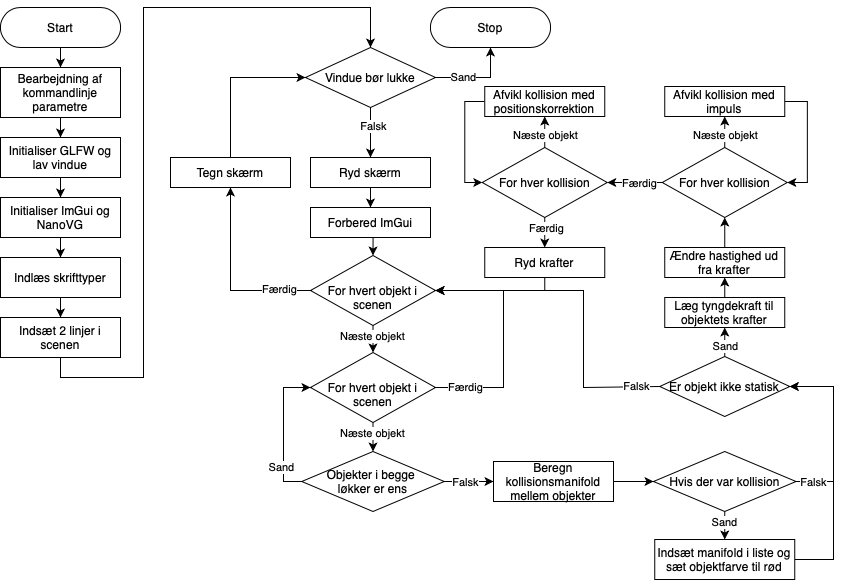
This is docs/Flowchart.png from mathiasgredal/Eksamen-Programmering, a draw.io export, as it was before one commit. Source tidied: cells renumbered, new cells last; positions are measured from the earlier drawing's top-left corner, leaving out a move shared by most shapes.
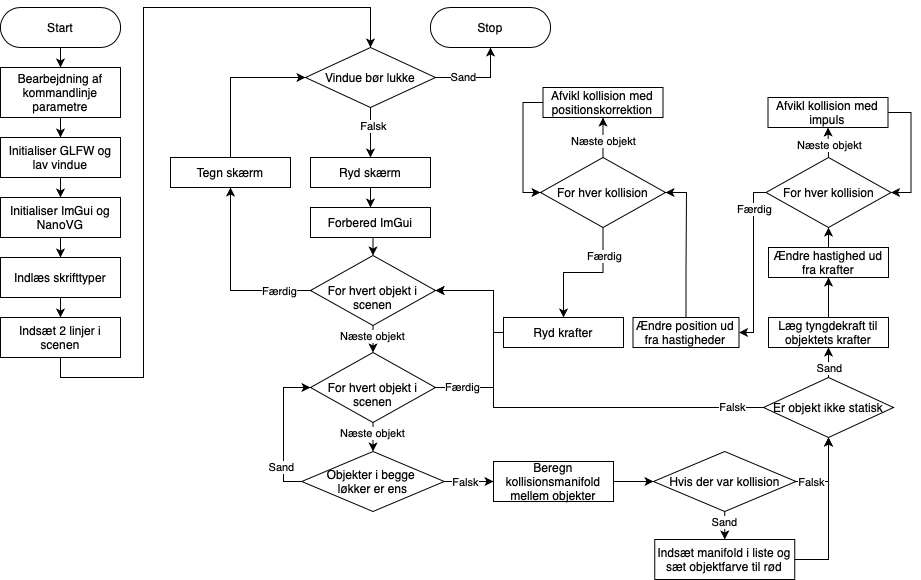
After the change.

What changed in the source:
```diff
@@ -96,8 +96,8 @@
     <mxCell id="28" style="edgeStyle=orthogonalEdgeStyle;rounded=0;jettySize=auto;html=1;exitX=1;exitY=0.5;exitDx=0;exitDy=0;entryX=1;entryY=0.5;entryDx=0;entryDy=0;" parent="1" edge="1" source="32" target="27">
       <mxGeometry relative="1" as="geometry">
         <Array as="points">
-          <mxPoint x="503" y="380" />
-          <mxPoint x="503" y="283" />
+          <mxPoint x="493" y="380" />
+          <mxPoint x="493" y="283" />
         </Array>
       </mxGeometry>
     </mxCell>
@@ -151,46 +151,29 @@
     <mxCell id="41" value="Sand" style="edgeLabel;html=1;align=center;verticalAlign=middle;" parent="40" vertex="1">
       <mxGeometry x="-0.25" y="-1" relative="1" as="geometry" />
     </mxCell>
-    <mxCell id="42" style="edgeStyle=orthogonalEdgeStyle;rounded=0;jettySize=auto;html=1;exitX=1;exitY=0.5;exitDx=0;exitDy=0;entryX=1;entryY=0.5;entryDx=0;entryDy=0;" parent="1" edge="1" source="44" target="51">
-      <mxGeometry relative="1" as="geometry">
-        <Array as="points">
-          <mxPoint x="833" y="474" />
-          <mxPoint x="833" y="379" />
-        </Array>
-      </mxGeometry>
+    <mxCell id="42" style="edgeStyle=orthogonalEdgeStyle;rounded=0;jettySize=auto;html=1;exitX=1;exitY=0.5;exitDx=0;exitDy=0;entryX=0.5;entryY=1;entryDx=0;entryDy=0;" parent="1" edge="1" source="44" target="51">
+      <mxGeometry relative="1" as="geometry" />
     </mxCell>
-    <mxCell id="43" value="Falsk" style="edgeLabel;html=1;align=center;verticalAlign=middle;" parent="42" vertex="1">
-      <mxGeometry x="-0.96" y="-2" relative="1" as="geometry">
-        <mxPoint x="14" y="-2" as="offset" />
-      </mxGeometry>
-    </mxCell>
+    <mxCell id="75" value="Falsk" style="edgeLabel;html=1;align=center;verticalAlign=middle;" parent="42" vertex="1">
+      <mxGeometry x="-0.61" relative="1" as="geometry" />
+    </mxCell>
     <mxCell id="44" value="Hvis der var kollision" style="rhombus;whiteSpace=wrap;html=1;" parent="1" vertex="1">
       <mxGeometry x="653" y="444" width="142.5" height="60" as="geometry" />
     </mxCell>
-    <mxCell id="45" style="edgeStyle=orthogonalEdgeStyle;rounded=0;jettySize=auto;html=1;exitX=1;exitY=0.5;exitDx=0;exitDy=0;entryX=1;entryY=0.5;entryDx=0;entryDy=0;" parent="1" edge="1" source="46" target="51">
-      <mxGeometry relative="1" as="geometry">
-        <Array as="points">
-          <mxPoint x="833" y="552" />
-          <mxPoint x="833" y="379" />
-        </Array>
-      </mxGeometry>
+    <mxCell id="45" style="edgeStyle=orthogonalEdgeStyle;rounded=0;jettySize=auto;html=1;exitX=1;exitY=0.5;exitDx=0;exitDy=0;entryX=0.5;entryY=1;entryDx=0;entryDy=0;" parent="1" edge="1" source="46" target="51">
+      <mxGeometry relative="1" as="geometry" />
     </mxCell>
     <mxCell id="46" value="Indsæt manifold i liste og sæt objektfarve til rød" style="rounded=0;whiteSpace=wrap;html=1;" parent="1" vertex="1">
       <mxGeometry x="654.2" y="532" width="140" height="40" as="geometry" />
     </mxCell>
-    <mxCell id="47" style="edgeStyle=orthogonalEdgeStyle;rounded=0;jettySize=auto;html=1;exitX=0;exitY=0.5;exitDx=0;exitDy=0;entryX=1;entryY=0.5;entryDx=0;entryDy=0;" parent="1" edge="1" source="51" target="27">
+    <mxCell id="47" style="edgeStyle=orthogonalEdgeStyle;rounded=0;jettySize=auto;html=1;exitX=0;exitY=0.5;exitDx=0;exitDy=0;entryX=1;entryY=0.5;entryDx=0;entryDy=0;startArrow=none;" parent="1" edge="1" source="74" target="27">
       <mxGeometry relative="1" as="geometry">
         <Array as="points">
-          <mxPoint x="583" y="380" />
-          <mxPoint x="583" y="283" />
+          <mxPoint x="493" y="325" />
+          <mxPoint x="493" y="283" />
         </Array>
       </mxGeometry>
     </mxCell>
-    <mxCell id="48" value="Falsk" style="edgeLabel;html=1;align=center;verticalAlign=middle;" parent="47" vertex="1">
-      <mxGeometry x="-0.87" y="1" relative="1" as="geometry">
-        <mxPoint x="-4" y="-2" as="offset" />
-      </mxGeometry>
-    </mxCell>
     <mxCell id="49" style="edgeStyle=orthogonalEdgeStyle;rounded=0;jettySize=auto;html=1;exitX=0.5;exitY=0;exitDx=0;exitDy=0;entryX=0.5;entryY=1;entryDx=0;entryDy=0;" parent="1" edge="1" source="51" target="56">
       <mxGeometry relative="1" as="geometry" />
     </mxCell>
@@ -199,9 +182,6 @@
         <mxPoint x="-1" y="-8" as="offset" />
       </mxGeometry>
     </mxCell>
-    <mxCell id="51" value="Er objekt ikke statisk" style="rhombus;whiteSpace=wrap;html=1;" parent="1" vertex="1">
-      <mxGeometry x="659.2" y="349" width="130" height="60" as="geometry" />
-    </mxCell>
     <mxCell id="52" style="edgeStyle=orthogonalEdgeStyle;rounded=0;jettySize=auto;html=1;exitX=0.5;exitY=0;exitDx=0;exitDy=0;entryX=0;entryY=0.5;entryDx=0;entryDy=0;" parent="1" edge="1" source="53" target="18">
       <mxGeometry relative="1" as="geometry">
         <Array as="points">
@@ -219,13 +199,13 @@
       <mxGeometry relative="1" as="geometry" />
     </mxCell>
     <mxCell id="56" value="Læg tyngdekraft til objektets krafter" style="rounded=0;whiteSpace=wrap;html=1;" parent="1" vertex="1">
-      <mxGeometry x="664.2" y="290" width="120" height="30" as="geometry" />
+      <mxGeometry x="768" y="310" width="120" height="30" as="geometry" />
     </mxCell>
     <mxCell id="57" style="edgeStyle=orthogonalEdgeStyle;rounded=0;jettySize=auto;html=1;exitX=0.5;exitY=0;exitDx=0;exitDy=0;entryX=0.5;entryY=1;entryDx=0;entryDy=0;" parent="1" edge="1" source="58" target="63">
       <mxGeometry relative="1" as="geometry" />
     </mxCell>
     <mxCell id="58" value="Ændre hastighed ud fra krafter" style="rounded=0;whiteSpace=wrap;html=1;" parent="1" vertex="1">
-      <mxGeometry x="664.2" y="240" width="120" height="30" as="geometry" />
+      <mxGeometry x="768" y="240" width="120" height="30" as="geometry" />
     </mxCell>
     <mxCell id="59" style="edgeStyle=orthogonalEdgeStyle;rounded=0;jettySize=auto;html=1;exitX=0.5;exitY=0;exitDx=0;exitDy=0;entryX=0.5;entryY=1;entryDx=0;entryDy=0;" parent="1" edge="1" source="63" target="65">
       <mxGeometry relative="1" as="geometry" />
@@ -233,22 +213,27 @@
     <mxCell id="60" value="Næste objekt" style="edgeLabel;html=1;align=center;verticalAlign=middle;" parent="59" vertex="1">
       <mxGeometry x="-0.14" relative="1" as="geometry" />
     </mxCell>
-    <mxCell id="61" style="edgeStyle=orthogonalEdgeStyle;rounded=0;jettySize=auto;html=1;exitX=0;exitY=0.5;exitDx=0;exitDy=0;entryX=1;entryY=0.5;entryDx=0;entryDy=0;" parent="1" edge="1" source="63" target="70">
-      <mxGeometry relative="1" as="geometry" />
+    <mxCell id="61" style="edgeStyle=orthogonalEdgeStyle;rounded=0;jettySize=auto;html=1;exitX=0;exitY=0.5;exitDx=0;exitDy=0;entryX=1;entryY=0.5;entryDx=0;entryDy=0;" parent="1" edge="1" source="63" target="77">
+      <mxGeometry relative="1" as="geometry">
+        <Array as="points">
+          <mxPoint x="753" y="185" />
+          <mxPoint x="753" y="325" />
+        </Array>
+      </mxGeometry>
     </mxCell>
     <mxCell id="62" value="Færdig" style="edgeLabel;html=1;align=center;verticalAlign=middle;" parent="61" vertex="1">
       <mxGeometry x="-0.08" y="1" relative="1" as="geometry">
-        <mxPoint x="2" y="-1" as="offset" />
+        <mxPoint x="-1" y="-48" as="offset" />
       </mxGeometry>
     </mxCell>
     <mxCell id="63" value="For hver kollision" style="rhombus;whiteSpace=wrap;html=1;" parent="1" vertex="1">
-      <mxGeometry x="661.8" y="140" width="125" height="70" as="geometry" />
+      <mxGeometry x="765.5" y="150" width="125" height="70" as="geometry" />
     </mxCell>
     <mxCell id="64" style="edgeStyle=orthogonalEdgeStyle;rounded=0;jettySize=auto;html=1;exitX=1;exitY=0.5;exitDx=0;exitDy=0;entryX=1;entryY=0.5;entryDx=0;entryDy=0;" parent="1" edge="1" source="65" target="63">
       <mxGeometry relative="1" as="geometry" />
     </mxCell>
     <mxCell id="65" value="Afvikl kollision med impuls" style="rounded=0;whiteSpace=wrap;html=1;" parent="1" vertex="1">
-      <mxGeometry x="664.2" y="79" width="120" height="30" as="geometry" />
+      <mxGeometry x="767.5" y="90" width="120" height="30" as="geometry" />
     </mxCell>
     <mxCell id="66" style="edgeStyle=orthogonalEdgeStyle;rounded=0;jettySize=auto;html=1;exitX=0.5;exitY=0;exitDx=0;exitDy=0;entryX=0.5;entryY=1;entryDx=0;entryDy=0;" parent="1" edge="1" source="70" target="72">
       <mxGeometry relative="1" as="geometry" />
@@ -265,23 +250,43 @@
       </mxGeometry>
     </mxCell>
     <mxCell id="70" value="For hver kollision" style="rhombus;whiteSpace=wrap;html=1;" parent="1" vertex="1">
-      <mxGeometry x="481.8" y="140" width="125" height="70" as="geometry" />
+      <mxGeometry x="540" y="150" width="125" height="70" as="geometry" />
     </mxCell>
     <mxCell id="71" style="edgeStyle=orthogonalEdgeStyle;rounded=0;jettySize=auto;html=1;exitX=0;exitY=0.5;exitDx=0;exitDy=0;entryX=0;entryY=0.5;entryDx=0;entryDy=0;" parent="1" edge="1" source="72" target="70">
       <mxGeometry relative="1" as="geometry" />
     </mxCell>
     <mxCell id="72" value="Afvikl kollision med positionskorrektion" style="rounded=0;whiteSpace=wrap;html=1;" parent="1" vertex="1">
-      <mxGeometry x="484.2" y="79" width="120" height="30" as="geometry" />
+      <mxGeometry x="542.5" y="80" width="120" height="30" as="geometry" />
     </mxCell>
-    <mxCell id="73" style="edgeStyle=orthogonalEdgeStyle;rounded=0;jettySize=auto;html=1;exitX=0.5;exitY=1;exitDx=0;exitDy=0;entryX=1;entryY=0.5;entryDx=0;entryDy=0;" parent="1" edge="1" source="74" target="27">
-      <mxGeometry relative="1" as="geometry">
-        <Array as="points">
-          <mxPoint x="544" y="283" />
-        </Array>
-      </mxGeometry>
-    </mxCell>
+    <mxCell id="51" value="Er objekt ikke statisk" style="rhombus;whiteSpace=wrap;html=1;" parent="1" vertex="1">
+      <mxGeometry x="763" y="370" width="130" height="60" as="geometry" />
+    </mxCell>
+    <mxCell id="76" style="edgeStyle=orthogonalEdgeStyle;rounded=0;jettySize=auto;html=1;exitX=0.5;exitY=0;exitDx=0;exitDy=0;entryX=1;entryY=0.5;entryDx=0;entryDy=0;" parent="1" edge="1" source="77" target="70">
+      <mxGeometry relative="1" as="geometry">
+        <Array as="points">
+          <mxPoint x="686" y="265" />
+          <mxPoint x="686" y="185" />
+        </Array>
+      </mxGeometry>
+    </mxCell>
+    <mxCell id="77" value="Ændre position ud fra hastigheder" style="rounded=0;whiteSpace=wrap;html=1;" parent="1" vertex="1">
+      <mxGeometry x="632.5" y="310" width="106" height="30" as="geometry" />
+    </mxCell>
     <mxCell id="74" value="Ryd krafter" style="rounded=0;whiteSpace=wrap;html=1;" parent="1" vertex="1">
-      <mxGeometry x="484.2" y="240" width="120" height="30" as="geometry" />
+      <mxGeometry x="503" y="310" width="120" height="30" as="geometry" />
     </mxCell>
+    <mxCell id="78" style="edgeStyle=orthogonalEdgeStyle;rounded=0;jettySize=auto;html=1;exitX=0;exitY=0.5;exitDx=0;exitDy=0;entryX=1;entryY=0.5;entryDx=0;entryDy=0;endArrow=none;" parent="1" edge="1" source="51" target="27">
+      <mxGeometry relative="1" as="geometry">
+        <Array as="points">
+          <mxPoint x="493" y="400" />
+          <mxPoint x="493" y="283" />
+        </Array>
+      </mxGeometry>
+    </mxCell>
+    <mxCell id="79" value="Falsk" style="edgeLabel;html=1;align=center;verticalAlign=middle;" parent="78" vertex="1">
+      <mxGeometry x="-0.87" y="1" relative="1" as="geometry">
+        <mxPoint x="-4" y="-2" as="offset" />
+      </mxGeometry>
+    </mxCell>
   </root>
 </mxGraphModel>
```
